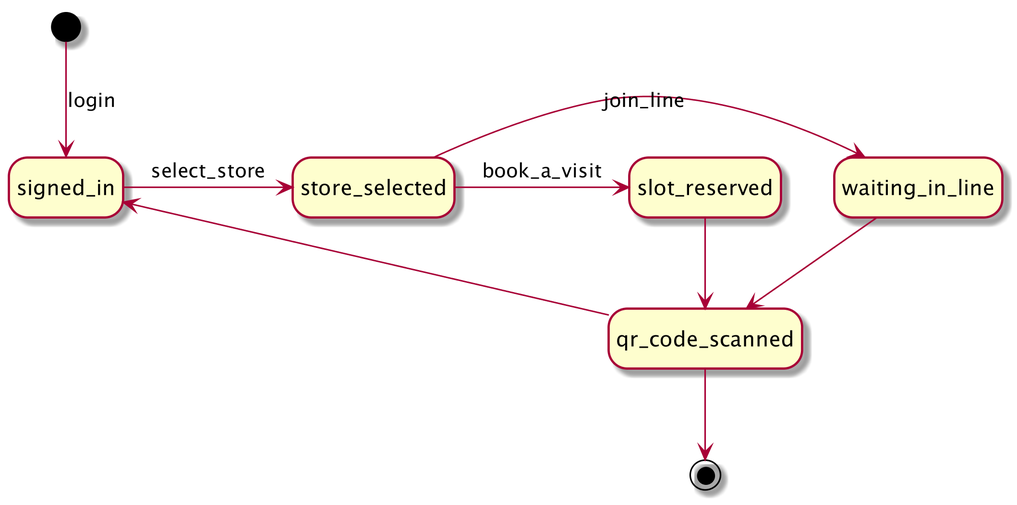
This is RASD/uml/client_state_chart.png from andreafra/Software-Engineering-2-Project-2021, a PlantUML export, as it was before one commit. Its source is kept beside it as RASD/uml/client_state_chart.puml.
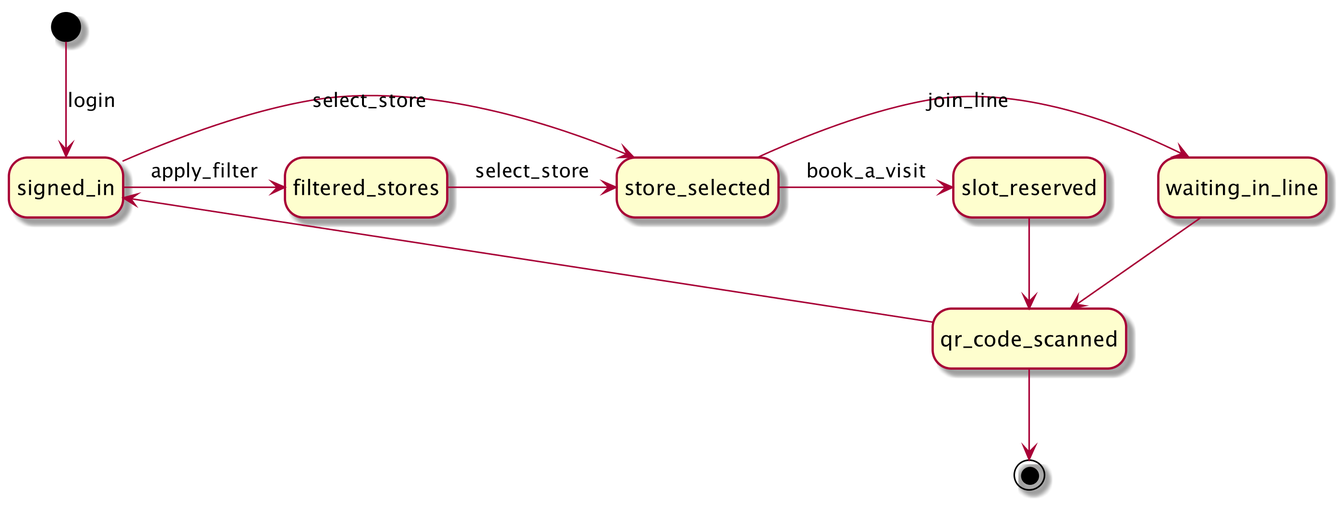
The same diagram one commit later.

Change to the diagram source:
```diff
@@ -7,6 +7,8 @@
 
 [*] --> signed_in : login
 signed_in -> store_selected : select_store
+signed_in --> filtered_stores : apply_filter
+filtered_stores -> store_selected : select_store
 store_selected -> waiting_in_line : join_line
 store_selected -> slot_reserved : book_a_visit
 waiting_in_line --> qr_code_scanned
```
